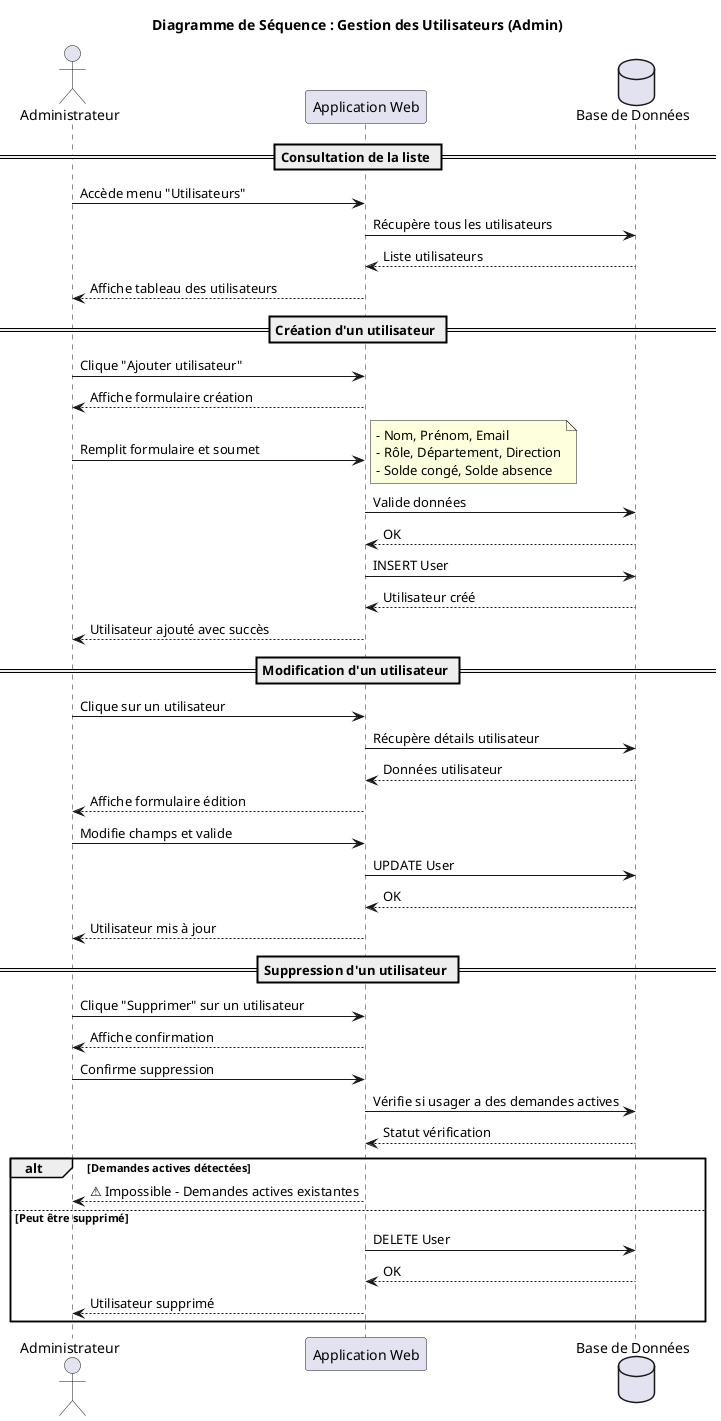
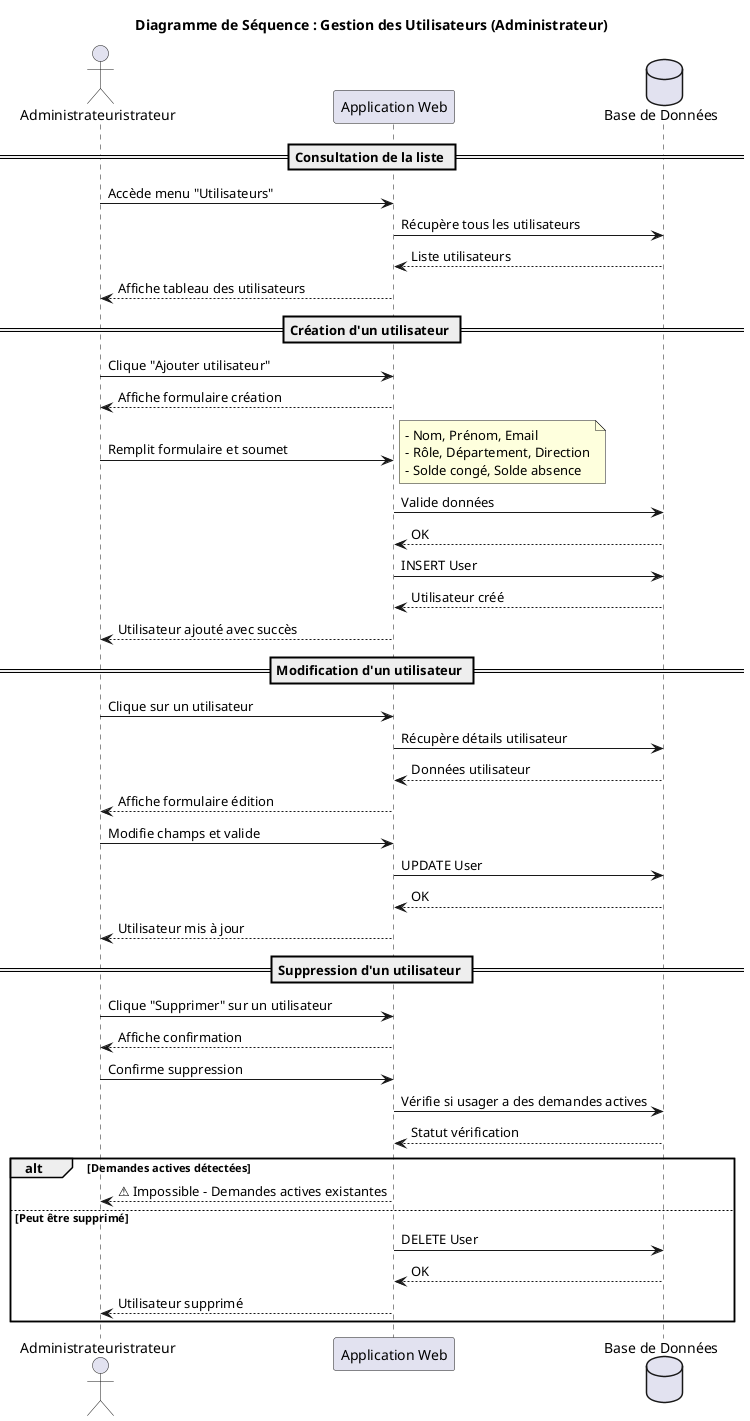
- @startuml Sequence_Admin_Utilisateurs
- title Diagramme de Séquence : Gestion des Utilisateurs (Admin)
+ @startuml Sequence_Administrateur_Utilisateurs
+ title Diagramme de Séquence : Gestion des Utilisateurs (Administrateur)

- actor Administrateur
+ actor Administrateuristrateur
participant "Application Web" as App
database "Base de Données" as DB

== Consultation de la liste ==
- Administrateur -> App: Accède menu "Utilisateurs"
+ Administrateuristrateur -> App: Accède menu "Utilisateurs"
App -> DB: Récupère tous les utilisateurs
DB --> App: Liste utilisateurs
- App --> Administrateur: Affiche tableau des utilisateurs
+ App --> Administrateuristrateur: Affiche tableau des utilisateurs

== Création d'un utilisateur ==
- Administrateur -> App: Clique "Ajouter utilisateur"
- App --> Administrateur: Affiche formulaire création
- Administrateur -> App: Remplit formulaire et soumet
+ Administrateuristrateur -> App: Clique "Ajouter utilisateur"
+ App --> Administrateuristrateur: Affiche formulaire création
+ Administrateuristrateur -> App: Remplit formulaire et soumet
note right
  - Nom, Prénom, Email
  - Rôle, Département, Direction
  - Solde congé, Solde absence
end note

App -> DB: Valide données
DB --> App: OK
App -> DB: INSERT User
DB --> App: Utilisateur créé
- App --> Administrateur: Utilisateur ajouté avec succès
+ App --> Administrateuristrateur: Utilisateur ajouté avec succès

== Modification d'un utilisateur ==
- Administrateur -> App: Clique sur un utilisateur
+ Administrateuristrateur -> App: Clique sur un utilisateur
App -> DB: Récupère détails utilisateur
DB --> App: Données utilisateur
- App --> Administrateur: Affiche formulaire édition
+ App --> Administrateuristrateur: Affiche formulaire édition

- Administrateur -> App: Modifie champs et valide
+ Administrateuristrateur -> App: Modifie champs et valide
App -> DB: UPDATE User
DB --> App: OK
- App --> Administrateur: Utilisateur mis à jour
+ App --> Administrateuristrateur: Utilisateur mis à jour

== Suppression d'un utilisateur ==
- Administrateur -> App: Clique "Supprimer" sur un utilisateur
- App --> Administrateur: Affiche confirmation
- Administrateur -> App: Confirme suppression
+ Administrateuristrateur -> App: Clique "Supprimer" sur un utilisateur
+ App --> Administrateuristrateur: Affiche confirmation
+ Administrateuristrateur -> App: Confirme suppression

App -> DB: Vérifie si usager a des demandes actives
DB --> App: Statut vérification

alt Demandes actives détectées
-     App --> Administrateur: ⚠️ Impossible - Demandes actives existantes
+     App --> Administrateuristrateur: ⚠️ Impossible - Demandes actives existantes
else Peut être supprimé
    App -> DB: DELETE User
    DB --> App: OK
-     App --> Administrateur: Utilisateur supprimé
+     App --> Administrateuristrateur: Utilisateur supprimé
end

@enduml